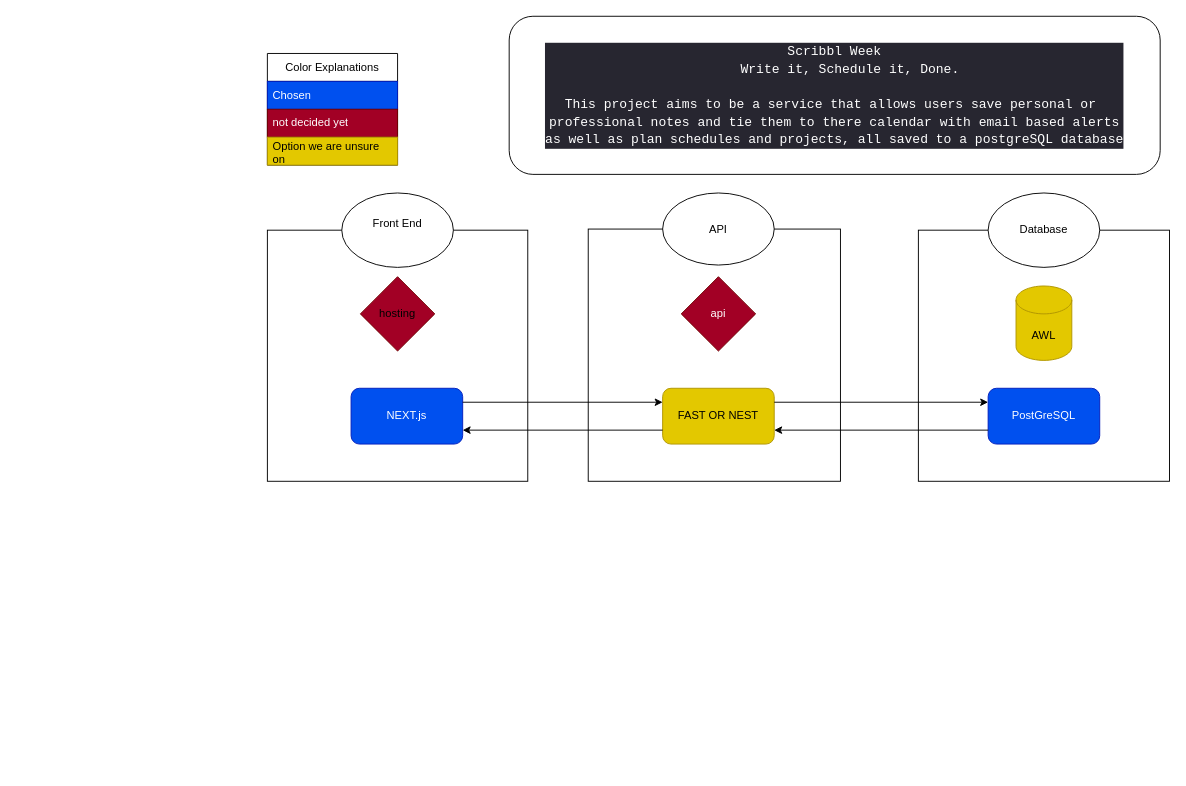
This is Scribbl.drawio from j12Ch05/Scribbl, a draw.io file, before an edit. Source tidied: cells renumbered, new cells numbered last; positions are measured from the earlier drawing's top-left corner, leaving out a move shared by most shapes. Both pictures are drawn from the tidied source at 93%, with x=0, y=0 at pixel (267, 16).
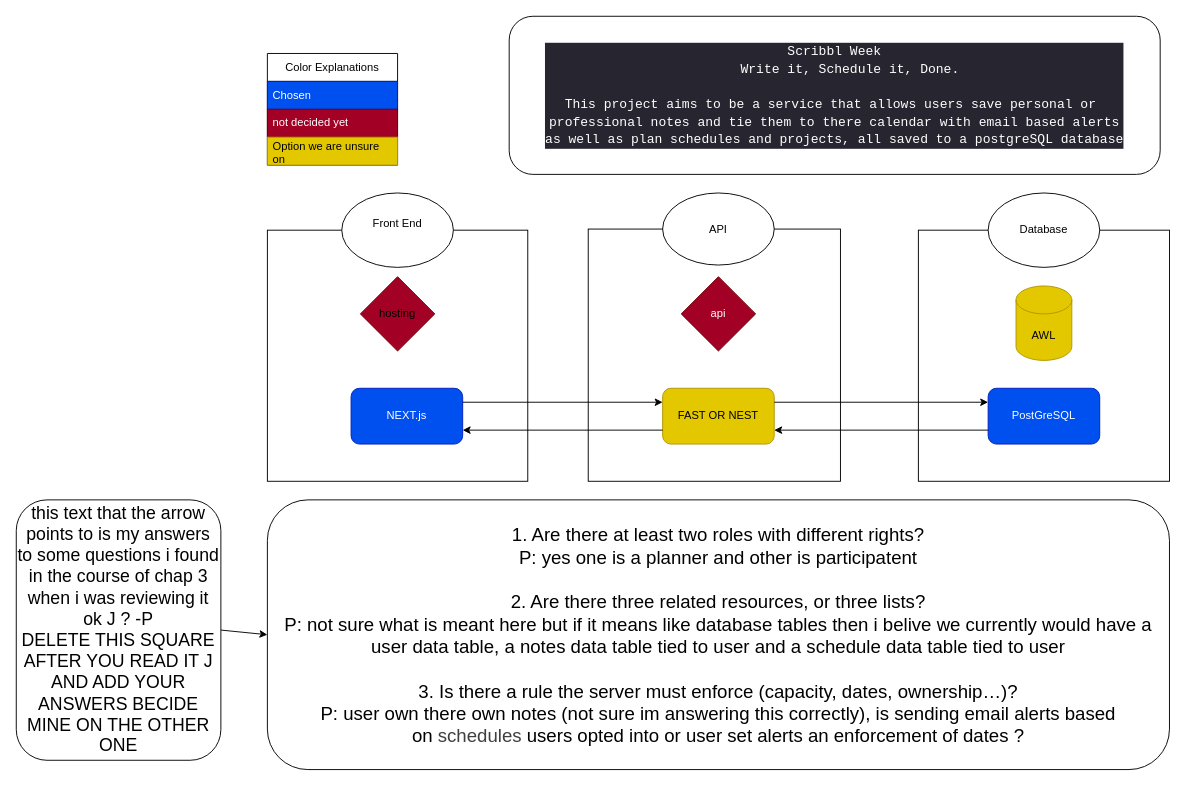
After the change.

Commit message:
added some answers to chap 3 project questions

review these J -P

The edit, as a diff of the source:
```diff
@@
+    <mxCell id="26" value="&lt;font style=&quot;font-size: 20px;&quot;&gt;1. Are there at least two roles with different rights? &lt;br&gt;P: yes one is a planner and other is participatent&lt;br&gt;&lt;br&gt;2. Are there three related resources, or three lists? &lt;br&gt;P: not sure what is meant here but if it means like database tables then i belive we currently would have a user data table, a notes data table tied to user and a schedule data table tied to user&lt;br&gt;&lt;br&gt;3. Is there a rule the server must enforce (capacity, dates, ownership…)?&lt;br&gt;P: user own there own notes (not sure im answering this correctly), is sending email alerts based on&amp;nbsp;&lt;span style=&quot;color: rgb(63, 63, 63);&quot;&gt;schedules&lt;/span&gt;&amp;nbsp;users opted into or user set alerts an enforcement of dates ?&lt;/font&gt;" style="rounded=1;whiteSpace=wrap;html=1;roundedPerimeter=1;" parent="1" vertex="1">
+      <mxGeometry y="520" width="970" height="290" as="geometry" />
+    </mxCell>
+    <mxCell id="27" style="edgeStyle=none;html=1;exitX=1;exitY=0.5;exitDx=0;exitDy=0;entryX=0;entryY=0.5;entryDx=0;entryDy=0;" parent="1" edge="1" source="28" target="26">
+      <mxGeometry relative="1" as="geometry" />
+    </mxCell>
+    <mxCell id="28" value="this text that the arrow points to is my answers to some questions i found in the course of chap 3 when i was reviewing it ok J ? -P&lt;br&gt;DELETE THIS SQUARE AFTER YOU READ IT J AND ADD YOUR ANSWERS BECIDE MINE ON THE OTHER ONE" style="rounded=1;whiteSpace=wrap;html=1;roundedPerimeter=1;fontSize=19;" parent="1" vertex="1">
+      <mxGeometry x="-270" y="520" width="220" height="280" as="geometry" />
+    </mxCell>
```
